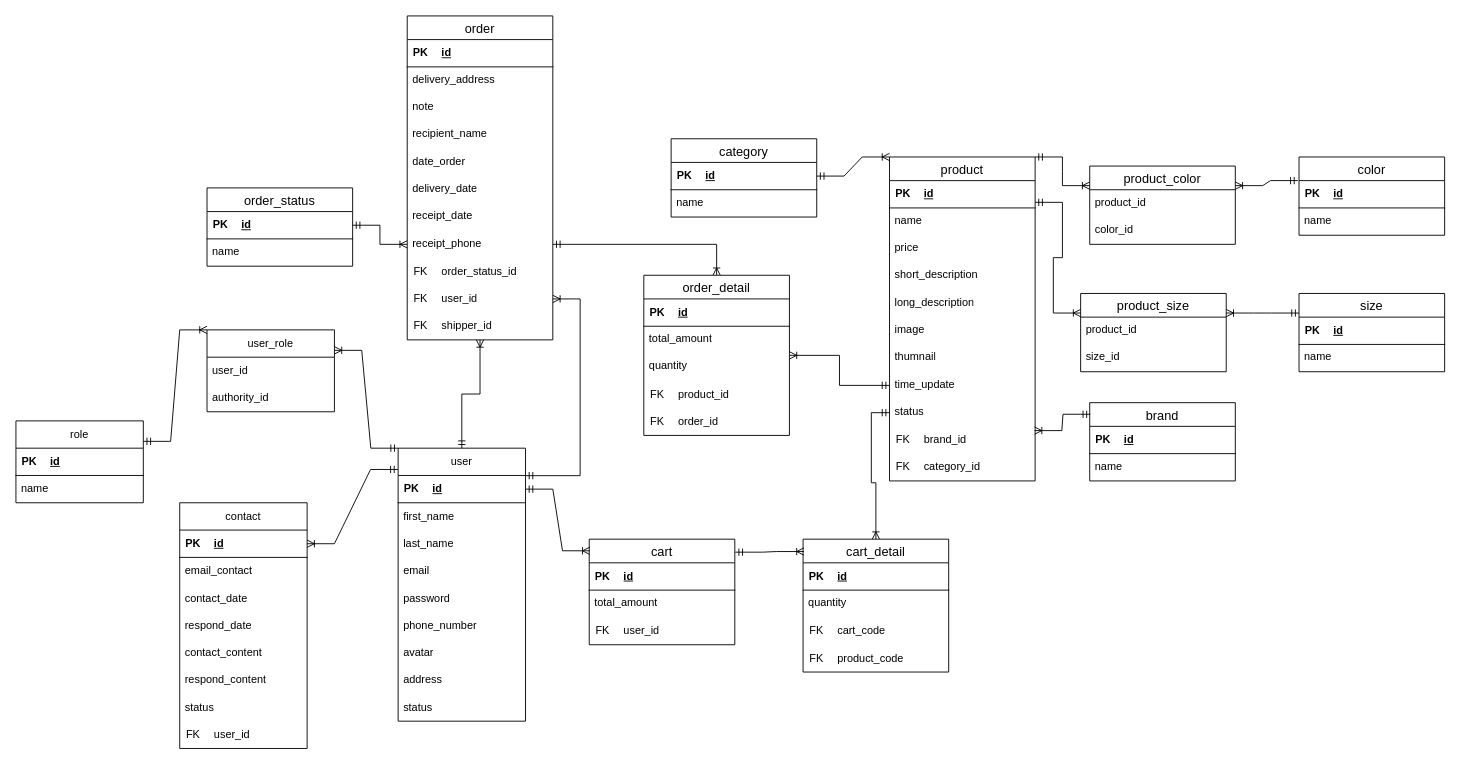
Above: shop-online/Biểu đồ không có tiêu đề.drawio in Dangnhhe161726/shop-online (draw.io), before the change. Source tidied: cells renumbered, new cells numbered last; positions are measured from the earlier drawing's top-left corner, leaving out a move shared by most shapes. Both pictures are drawn from the tidied source at 91%, with x=0, y=0 at pixel (15, -285).
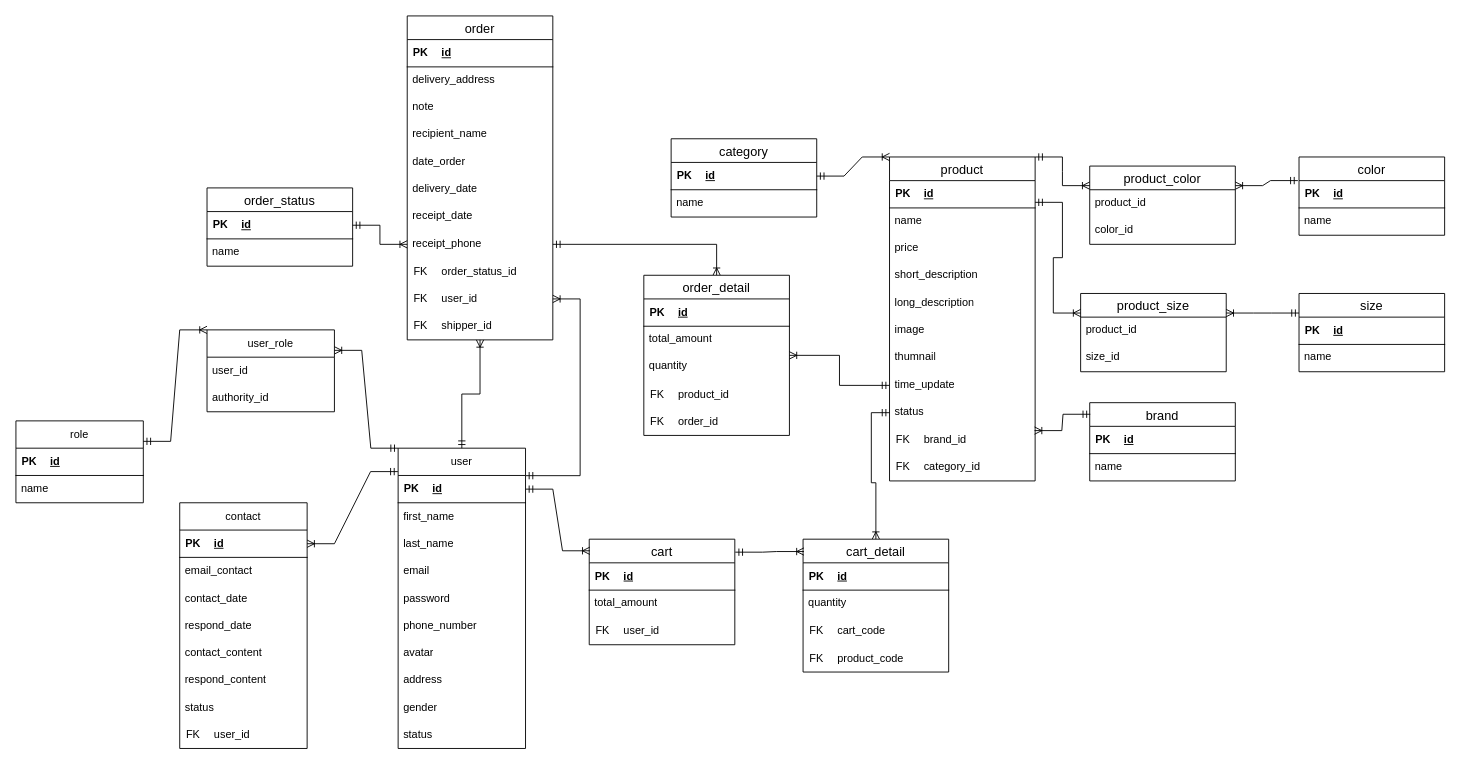
The same page after the edit.

Commit message:
edit table user

What changed in the source:
```diff
@@
     <mxCell id="2" value="user" style="swimlane;fontStyle=0;horizontal=1;startSize=30;whiteSpace=wrap;html=1;" parent="1" vertex="1">
-      <mxGeometry x="420" y="805" width="140" height="300" as="geometry" />
+      <mxGeometry x="420" y="805" width="140" height="330" as="geometry" />
     </mxCell>
@@
+    <mxCell id="173" value="gender" style="text;strokeColor=none;fillColor=none;align=left;verticalAlign=middle;spacingLeft=4;spacingRight=4;overflow=hidden;whiteSpace=wrap;html=1;" parent="2" vertex="1">
+      <mxGeometry y="270" width="140" height="30" as="geometry" />
+    </mxCell>
     <mxCell id="14" value="status" style="text;strokeColor=none;fillColor=none;align=left;verticalAlign=middle;spacingLeft=4;spacingRight=4;overflow=hidden;whiteSpace=wrap;html=1;" parent="2" vertex="1">
-      <mxGeometry y="270" width="140" height="30" as="geometry" />
+      <mxGeometry y="300" width="140" height="30" as="geometry" />
     </mxCell>
```
